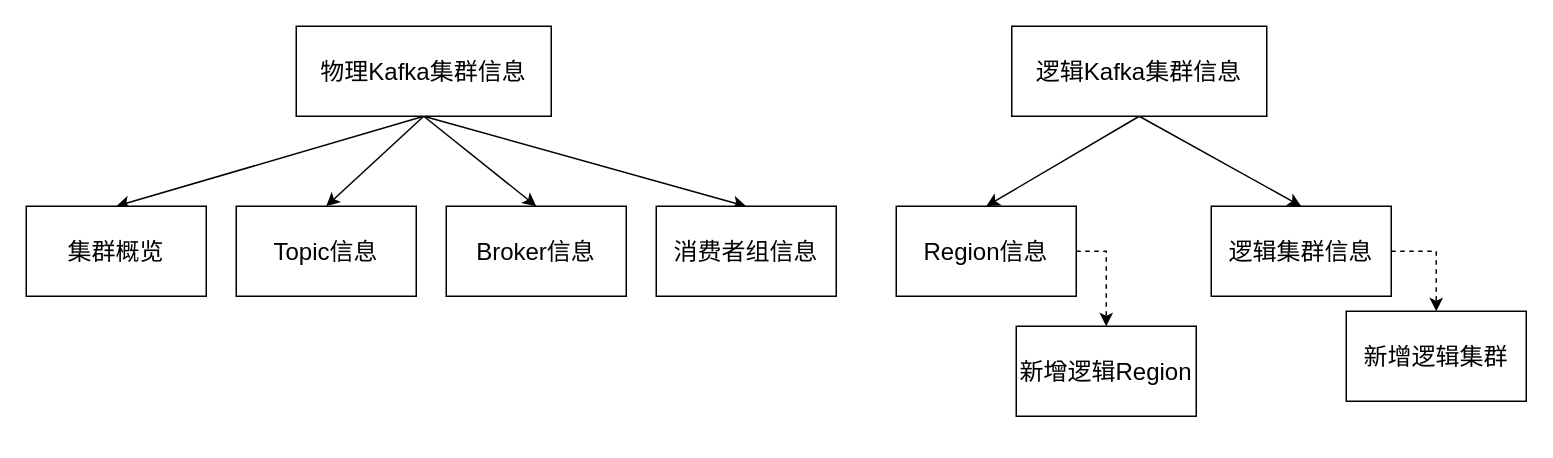
The draw.io diagram page "第 5 页" (5 of 5) of img/logiKM.drawio in JustinMa972/ImageHosting, before the edit. Source tidied: cells renumbered, new cells numbered last; positions are measured from the earlier drawing's top-left corner, leaving out a move shared by most shapes. Both pictures are drawn from the tidied source at 150%, with x=0, y=0 at pixel (26, 26).
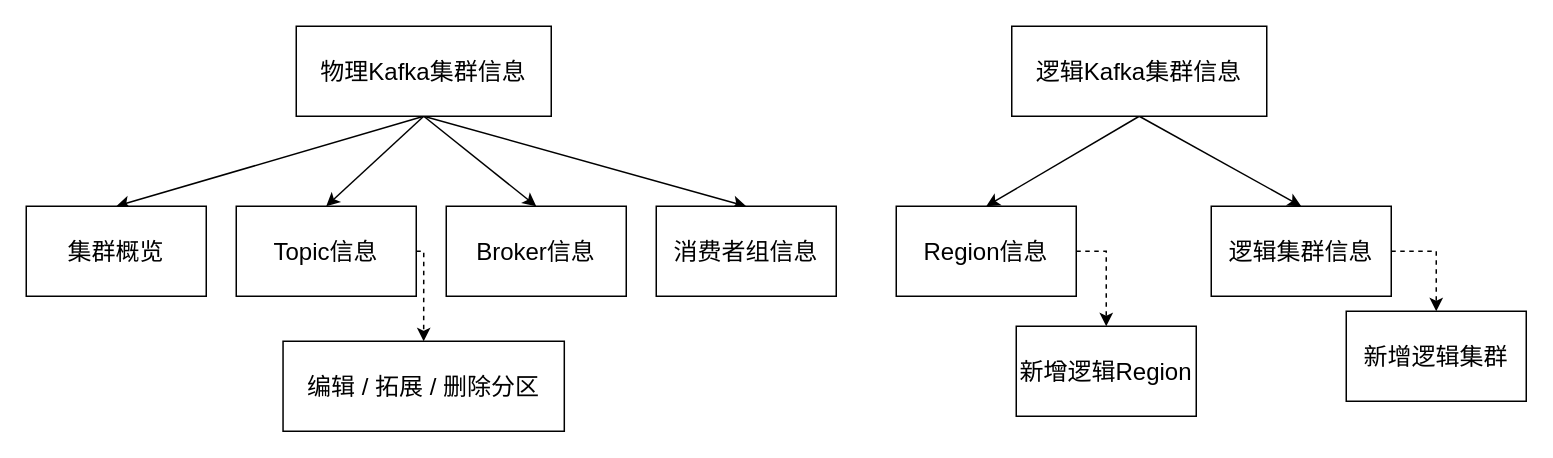
Above is the later version.

The change refers to these unchanged cells:
```xml
<mxCell id="11" value="&lt;span lang=&quot;EN-US&quot; style=&quot;font-size: 12.0pt ; line-height: 150%&quot;&gt;Topic&lt;/span&gt;&lt;span style=&quot;font-size: 12.0pt ; line-height: 150%&quot;&gt;信息&lt;/span&gt;" style="rounded=0;whiteSpace=wrap;html=1;fontSize=14;" parent="1" vertex="1">
  <mxGeometry x="140" y="120" width="120" height="60" as="geometry" />
</mxCell>
```

Diff of the diagram source:
```diff
@@
+    <mxCell id="20" style="edgeStyle=orthogonalEdgeStyle;rounded=0;jettySize=auto;html=1;exitX=1;exitY=0.5;exitDx=0;exitDy=0;dashed=1;fontSize=14;entryX=0.5;entryY=0;entryDx=0;entryDy=0;" parent="1" edge="1" source="11" target="21">
+      <mxGeometry relative="1" as="geometry">
+        <Array as="points">
+          <mxPoint x="265" y="150" />
+        </Array>
+      </mxGeometry>
+    </mxCell>
@@
+    <mxCell id="21" value="&lt;span style=&quot;font-size: 16px&quot;&gt;编辑 / 拓展 / 删除分区&lt;/span&gt;" style="rounded=0;whiteSpace=wrap;html=1;fontSize=14;" parent="1" vertex="1">
+      <mxGeometry x="171.2" y="210" width="187.5" height="60" as="geometry" />
+    </mxCell>
```
